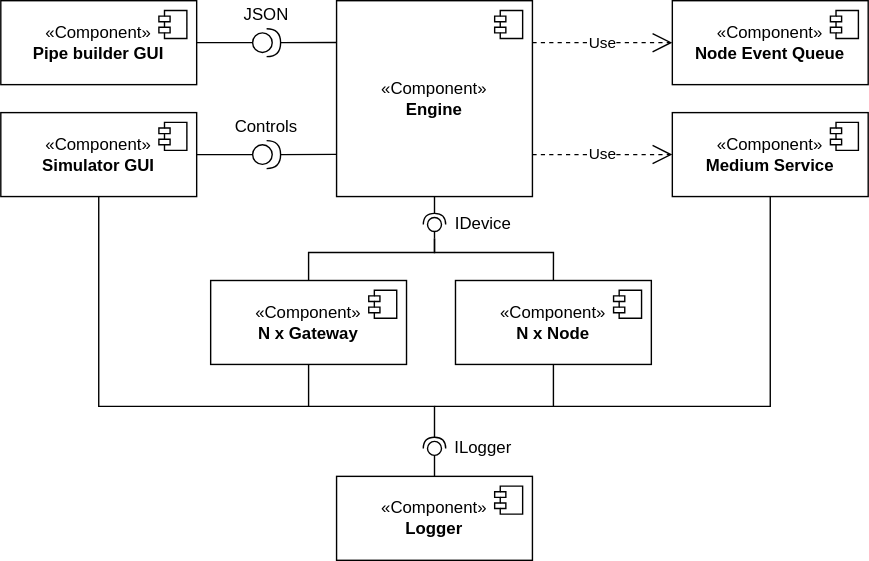
Earlier version of the draw.io export Figures/technicalAnalysis/simulator/simulatorComponents.svg (Mikkelnn/ES8-Project). Source tidied: cells renumbered, new cells last; positions are measured from the earlier drawing's top-left corner, leaving out a move shared by most shapes.
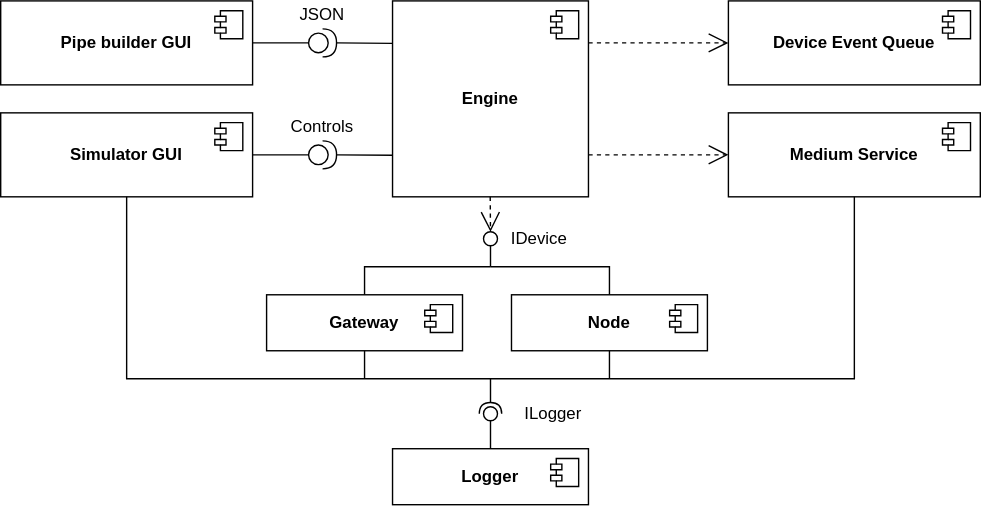
The same file after the commit.

What changed in the source:
```diff
@@ -2,31 +2,31 @@
   <root>
     <mxCell id="0" />
     <mxCell id="1" parent="0" />
-    <mxCell id="2" value="«Component»&lt;br&gt;&lt;b&gt;Pipe builder GUI&lt;/b&gt;" style="html=1;whiteSpace=wrap;" parent="1" vertex="1">
-      <mxGeometry width="140" height="60" as="geometry" />
+    <mxCell id="2" value="&lt;b&gt;Pipe builder GUI&lt;/b&gt;" style="html=1;whiteSpace=wrap;" parent="1" vertex="1">
+      <mxGeometry x="-40" width="180" height="60" as="geometry" />
     </mxCell>
     <mxCell id="3" style="shape=module;jettyWidth=8;jettyHeight=4;" parent="2" vertex="1">
       <mxGeometry x="1" width="20" height="20" relative="1" as="geometry">
         <mxPoint x="-27" y="7" as="offset" />
       </mxGeometry>
     </mxCell>
-    <mxCell id="4" value="«Component»&lt;br&gt;&lt;b&gt;Simulator GUI&lt;/b&gt;" style="html=1;whiteSpace=wrap;" parent="1" vertex="1">
-      <mxGeometry y="80" width="140" height="60" as="geometry" />
+    <mxCell id="4" value="&lt;b&gt;Simulator GUI&lt;/b&gt;" style="html=1;whiteSpace=wrap;" parent="1" vertex="1">
+      <mxGeometry x="-40" y="80" width="180" height="60" as="geometry" />
     </mxCell>
     <mxCell id="5" style="shape=module;jettyWidth=8;jettyHeight=4;" parent="4" vertex="1">
       <mxGeometry x="1" width="20" height="20" relative="1" as="geometry">
         <mxPoint x="-27" y="7" as="offset" />
       </mxGeometry>
     </mxCell>
-    <mxCell id="6" value="«Component»&lt;br&gt;&lt;b&gt;N x Gateway&lt;/b&gt;" style="html=1;whiteSpace=wrap;" parent="1" vertex="1">
-      <mxGeometry x="150" y="200" width="140" height="60" as="geometry" />
+    <mxCell id="6" value="&lt;b&gt;Gateway&lt;/b&gt;" style="html=1;whiteSpace=wrap;" parent="1" vertex="1">
+      <mxGeometry x="150" y="210" width="140" height="40" as="geometry" />
     </mxCell>
     <mxCell id="7" style="shape=module;jettyWidth=8;jettyHeight=4;" parent="6" vertex="1">
       <mxGeometry x="1" width="20" height="20" relative="1" as="geometry">
         <mxPoint x="-27" y="7" as="offset" />
       </mxGeometry>
     </mxCell>
-    <mxCell id="8" value="«Component»&lt;br&gt;&lt;b&gt;Engine&lt;/b&gt;" style="html=1;whiteSpace=wrap;" parent="1" vertex="1">
+    <mxCell id="8" value="&lt;b&gt;Engine&lt;/b&gt;" style="html=1;whiteSpace=wrap;" parent="1" vertex="1">
       <mxGeometry x="240" width="140" height="140" as="geometry" />
     </mxCell>
     <mxCell id="9" style="shape=module;jettyWidth=8;jettyHeight=4;" parent="8" vertex="1">
@@ -34,24 +34,24 @@
         <mxPoint x="-27" y="7" as="offset" />
       </mxGeometry>
     </mxCell>
-    <mxCell id="10" value="«Component»&lt;br&gt;&lt;b&gt;Node Event Queue&lt;/b&gt;" style="html=1;whiteSpace=wrap;" parent="1" vertex="1">
-      <mxGeometry x="480" width="140" height="60" as="geometry" />
+    <mxCell id="10" value="&lt;b&gt;Device Event Queue&lt;/b&gt;" style="html=1;whiteSpace=wrap;" parent="1" vertex="1">
+      <mxGeometry x="480" width="180" height="60" as="geometry" />
     </mxCell>
     <mxCell id="11" style="shape=module;jettyWidth=8;jettyHeight=4;" parent="10" vertex="1">
       <mxGeometry x="1" width="20" height="20" relative="1" as="geometry">
         <mxPoint x="-27" y="7" as="offset" />
       </mxGeometry>
     </mxCell>
-    <mxCell id="12" value="«Component»&lt;br&gt;&lt;b&gt;Medium Service&lt;/b&gt;" style="html=1;whiteSpace=wrap;" parent="1" vertex="1">
-      <mxGeometry x="480" y="80" width="140" height="60" as="geometry" />
+    <mxCell id="12" value="&lt;b&gt;Medium Service&lt;/b&gt;" style="html=1;whiteSpace=wrap;" parent="1" vertex="1">
+      <mxGeometry x="480" y="80" width="180" height="60" as="geometry" />
     </mxCell>
     <mxCell id="13" style="shape=module;jettyWidth=8;jettyHeight=4;" parent="12" vertex="1">
       <mxGeometry x="1" width="20" height="20" relative="1" as="geometry">
         <mxPoint x="-27" y="7" as="offset" />
       </mxGeometry>
     </mxCell>
-    <mxCell id="14" value="«Component»&lt;br&gt;&lt;b&gt;N x Node&lt;/b&gt;" style="html=1;whiteSpace=wrap;" parent="1" vertex="1">
-      <mxGeometry x="325" y="200" width="140" height="60" as="geometry" />
+    <mxCell id="14" value="&lt;b&gt;Node&lt;/b&gt;" style="html=1;whiteSpace=wrap;" parent="1" vertex="1">
+      <mxGeometry x="325" y="210" width="140" height="40" as="geometry" />
     </mxCell>
     <mxCell id="15" style="shape=module;jettyWidth=8;jettyHeight=4;" parent="14" vertex="1">
       <mxGeometry x="1" width="20" height="20" relative="1" as="geometry">
@@ -61,8 +61,8 @@
     <mxCell id="16" style="shape=providedRequiredInterface;html=1;verticalLabelPosition=bottom;sketch=0;" parent="1" vertex="1">
       <mxGeometry x="180" y="20" width="20" height="20" as="geometry" />
     </mxCell>
-    <mxCell id="17" value="«Component»&lt;br&gt;&lt;b&gt;Logger&lt;/b&gt;" style="html=1;whiteSpace=wrap;" parent="1" vertex="1">
-      <mxGeometry x="240" y="340" width="140" height="60" as="geometry" />
+    <mxCell id="17" value="&lt;b&gt;Logger&lt;/b&gt;" style="html=1;whiteSpace=wrap;" parent="1" vertex="1">
+      <mxGeometry x="240" y="320" width="140" height="40" as="geometry" />
     </mxCell>
     <mxCell id="18" style="shape=module;jettyWidth=8;jettyHeight=4;" parent="17" vertex="1">
       <mxGeometry x="1" width="20" height="20" relative="1" as="geometry">
@@ -88,50 +88,34 @@
     <mxCell id="23" value="JSON" style="text;html=1;whiteSpace=wrap;strokeColor=none;fillColor=none;align=center;verticalAlign=middle;rounded=0;" parent="1" vertex="1">
       <mxGeometry x="170" width="40" height="20" as="geometry" />
     </mxCell>
-    <mxCell id="24" value="Use" style="endArrow=open;endSize=12;dashed=1;html=1;rounded=0;entryX=0;entryY=0.5;entryDx=0;entryDy=0;edgeStyle=orthogonalEdgeStyle;" parent="1" edge="1" target="10">
+    <mxCell id="24" style="endArrow=open;endSize=12;dashed=1;html=1;rounded=0;entryX=0;entryY=0.5;entryDx=0;entryDy=0;edgeStyle=orthogonalEdgeStyle;" parent="1" edge="1" target="10">
       <mxGeometry relative="1" as="geometry">
         <mxPoint x="380" y="30" as="sourcePoint" />
       </mxGeometry>
     </mxCell>
-    <mxCell id="25" value="Use" style="endArrow=open;endSize=12;dashed=1;html=1;rounded=0;entryX=0;entryY=0.5;entryDx=0;entryDy=0;edgeStyle=orthogonalEdgeStyle;" parent="1" edge="1" target="12">
+    <mxCell id="25" style="endArrow=open;endSize=12;dashed=1;html=1;rounded=0;entryX=0;entryY=0.5;entryDx=0;entryDy=0;edgeStyle=orthogonalEdgeStyle;" parent="1" edge="1" target="12">
       <mxGeometry relative="1" as="geometry">
         <mxPoint x="380" y="110" as="sourcePoint" />
       </mxGeometry>
     </mxCell>
-    <mxCell id="26" style="rounded=0;jettySize=auto;html=1;endArrow=halfCircle;endFill=0;endSize=6;strokeWidth=1;sketch=0;edgeStyle=orthogonalEdgeStyle;exitX=0.5;exitY=1;exitDx=0;exitDy=0;entryX=0.23;entryY=0.771;entryDx=0;entryDy=0;entryPerimeter=0;" parent="1" edge="1" source="4" target="28">
-      <mxGeometry relative="1" as="geometry">
-        <Array as="points">
-          <mxPoint x="70" y="290" />
-          <mxPoint x="310" y="290" />
-        </Array>
-      </mxGeometry>
-    </mxCell>
     <mxCell id="27" style="rounded=0;jettySize=auto;html=1;endArrow=oval;endFill=0;sketch=0;sourcePerimeterSpacing=0;targetPerimeterSpacing=0;endSize=10;" parent="1" edge="1" target="28">
       <mxGeometry relative="1" as="geometry">
-        <mxPoint x="310" y="340" as="sourcePoint" />
+        <mxPoint x="310" y="320" as="sourcePoint" />
       </mxGeometry>
     </mxCell>
-    <mxCell id="28" style="ellipse;whiteSpace=wrap;html=1;align=center;fillColor=none;strokeColor=none;perimeter=centerPerimeter;points=[];outlineConnect=1;rotation=-180;" parent="1" vertex="1">
-      <mxGeometry x="305" y="315" width="10" height="10" as="geometry" />
-    </mxCell>
     <mxCell id="29" value="Controls" style="text;html=1;whiteSpace=wrap;strokeColor=none;fillColor=none;align=center;verticalAlign=middle;rounded=0;" parent="1" vertex="1">
       <mxGeometry x="160" y="80" width="60" height="20" as="geometry" />
     </mxCell>
     <mxCell id="30" value="ILogger" style="text;html=1;whiteSpace=wrap;strokeColor=none;fillColor=none;align=center;verticalAlign=middle;rounded=0;" parent="1" vertex="1">
-      <mxGeometry x="315" y="310" width="60" height="20" as="geometry" />
+      <mxGeometry x="325" y="285" width="60" height="20" as="geometry" />
     </mxCell>
     <mxCell id="31" style="endArrow=none;html=1;rounded=0;entryX=0;entryY=0.5;entryDx=0;entryDy=0;entryPerimeter=0;edgeStyle=orthogonalEdgeStyle;exitX=1;exitY=0.5;exitDx=0;exitDy=0;" parent="1" edge="1" source="4" target="19">
       <mxGeometry relative="1" as="geometry" />
     </mxCell>
-    <mxCell id="32" style="rounded=0;jettySize=auto;html=1;endArrow=halfCircle;endFill=0;endSize=6;strokeWidth=1;sketch=0;exitX=0.5;exitY=1;exitDx=0;exitDy=0;" parent="1" edge="1" source="8">
-      <mxGeometry relative="1" as="geometry">
-        <mxPoint x="310" y="160" as="targetPoint" />
-      </mxGeometry>
-    </mxCell>
     <mxCell id="33" style="rounded=0;orthogonalLoop=1;jettySize=auto;html=1;endArrow=oval;endFill=0;sketch=0;sourcePerimeterSpacing=0;targetPerimeterSpacing=0;endSize=10;" parent="1" edge="1">
       <mxGeometry relative="1" as="geometry">
-        <mxPoint x="310" y="170" as="sourcePoint" />
-        <mxPoint x="310" y="160" as="targetPoint" />
+        <mxPoint x="310" y="190" as="sourcePoint" />
+        <mxPoint x="310" y="170" as="targetPoint" />
       </mxGeometry>
     </mxCell>
     <mxCell id="34" style="ellipse;whiteSpace=wrap;html=1;align=center;fillColor=none;strokeColor=none;perimeter=centerPerimeter;" parent="1" vertex="1">
@@ -139,42 +123,59 @@
     </mxCell>
     <mxCell id="35" style="endArrow=none;html=1;rounded=0;exitX=0.5;exitY=0;exitDx=0;exitDy=0;edgeStyle=orthogonalEdgeStyle;" parent="1" edge="1" source="6">
       <mxGeometry relative="1" as="geometry">
-        <mxPoint x="310" y="170" as="targetPoint" />
+        <mxPoint x="310" y="190" as="targetPoint" />
         <Array as="points">
-          <mxPoint x="220" y="180" />
-          <mxPoint x="310" y="180" />
+          <mxPoint x="220" y="190" />
+          <mxPoint x="310" y="190" />
         </Array>
       </mxGeometry>
     </mxCell>
     <mxCell id="36" style="endArrow=none;html=1;rounded=0;entryX=0.5;entryY=0;entryDx=0;entryDy=0;edgeStyle=orthogonalEdgeStyle;" parent="1" edge="1" target="14">
       <mxGeometry relative="1" as="geometry">
-        <mxPoint x="310" y="170" as="sourcePoint" />
+        <mxPoint x="310" y="190" as="sourcePoint" />
         <Array as="points">
-          <mxPoint x="310" y="180" />
-          <mxPoint x="395" y="180" />
+          <mxPoint x="310" y="190" />
+          <mxPoint x="395" y="190" />
         </Array>
       </mxGeometry>
     </mxCell>
     <mxCell id="37" value="IDevice" style="text;html=1;whiteSpace=wrap;strokeColor=none;fillColor=none;align=center;verticalAlign=middle;rounded=0;" parent="1" vertex="1">
-      <mxGeometry x="315" y="140" width="60" height="40" as="geometry" />
+      <mxGeometry x="315" y="150" width="60" height="40" as="geometry" />
     </mxCell>
     <mxCell id="38" style="endArrow=none;html=1;rounded=0;entryX=0.5;entryY=1;entryDx=0;entryDy=0;" parent="1" edge="1" target="6">
       <mxGeometry relative="1" as="geometry">
-        <mxPoint x="220" y="290" as="sourcePoint" />
+        <mxPoint x="220" y="270" as="sourcePoint" />
       </mxGeometry>
     </mxCell>
     <mxCell id="39" style="endArrow=none;html=1;rounded=0;exitX=0.5;exitY=1;exitDx=0;exitDy=0;edgeStyle=orthogonalEdgeStyle;" parent="1" edge="1" source="12">
       <mxGeometry relative="1" as="geometry">
-        <mxPoint x="310" y="290" as="targetPoint" />
+        <mxPoint x="310" y="270" as="targetPoint" />
         <Array as="points">
-          <mxPoint x="550" y="290" />
+          <mxPoint x="570" y="270" />
         </Array>
       </mxGeometry>
     </mxCell>
     <mxCell id="40" style="endArrow=none;html=1;rounded=0;entryX=0.5;entryY=1;entryDx=0;entryDy=0;" parent="1" edge="1" target="14">
       <mxGeometry relative="1" as="geometry">
-        <mxPoint x="395" y="290" as="sourcePoint" />
+        <mxPoint x="395" y="270" as="sourcePoint" />
       </mxGeometry>
     </mxCell>
+    <mxCell id="26" style="rounded=0;jettySize=auto;html=1;endArrow=halfCircle;endFill=0;endSize=6;strokeWidth=1;sketch=0;edgeStyle=orthogonalEdgeStyle;exitX=0.5;exitY=1;exitDx=0;exitDy=0;" parent="1" edge="1" source="4" target="28">
+      <mxGeometry relative="1" as="geometry">
+        <Array as="points">
+          <mxPoint x="50" y="270" />
+          <mxPoint x="310" y="270" />
+        </Array>
+      </mxGeometry>
+    </mxCell>
+    <mxCell id="28" style="ellipse;whiteSpace=wrap;html=1;align=center;fillColor=none;strokeColor=none;perimeter=centerPerimeter;points=[];outlineConnect=1;rotation=-180;" parent="1" vertex="1">
+      <mxGeometry x="305" y="290" width="10" height="10" as="geometry" />
+    </mxCell>
+    <mxCell id="41" style="endArrow=open;endSize=12;dashed=1;html=1;rounded=0;exitX=0.5;exitY=1;exitDx=0;exitDy=0;" parent="1" edge="1">
+      <mxGeometry relative="1" as="geometry">
+        <mxPoint x="309.8" y="140" as="sourcePoint" />
+        <mxPoint x="310" y="165" as="targetPoint" />
+      </mxGeometry>
+    </mxCell>
   </root>
 </mxGraphModel>
```
